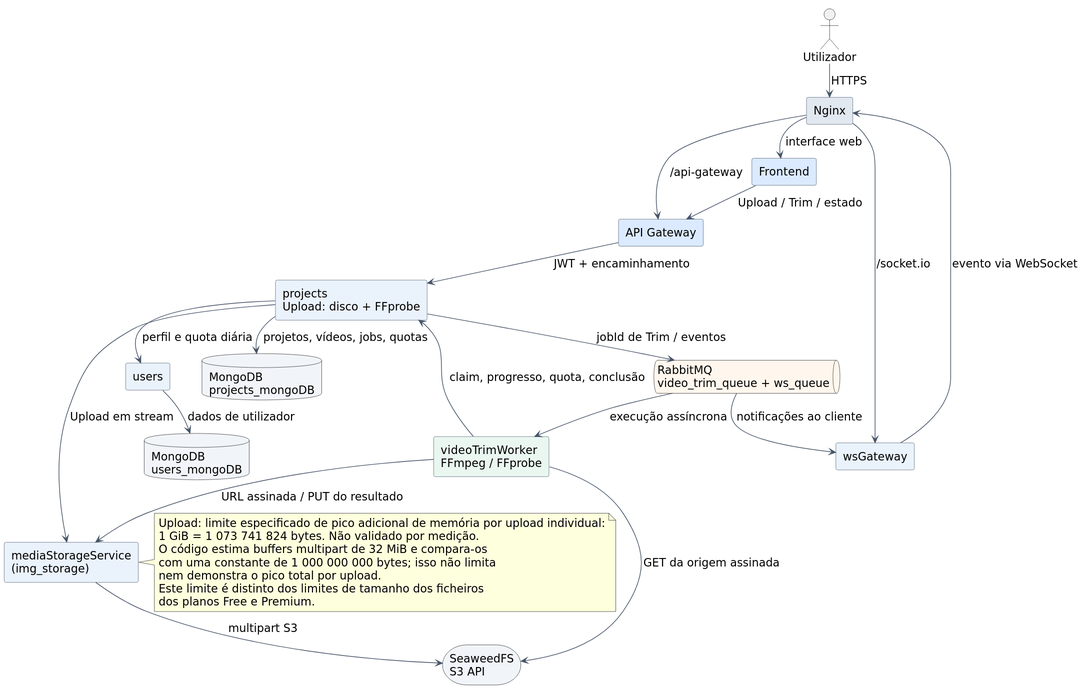
This is fase1/report/images/picturas_arquitetura_video.svg from simaoaraujo27/picturas-27, a PlantUML export, as it was before one commit. Its diagram source:
```plantuml
@startuml
!pragma layout smetana
top to bottom direction
skinparam backgroundColor #FFFFFF
skinparam shadowing false
skinparam defaultFontName DejaVu Sans
skinparam defaultFontSize 16
skinparam componentStyle rectangle
skinparam ArrowColor #475569
skinparam ComponentBorderColor #475569
skinparam nodesep 22
skinparam ranksep 26
skinparam linetype ortho

actor "Utilizador" as User

component "Nginx" as Nginx #E2E8F0
component "Frontend" as FE #DBEAFE
component "API Gateway" as GW #DBEAFE

component "projects\nUpload: disco + FFprobe" as Projects #EAF2FB
component "users" as Users #EAF2FB
component "mediaStorageService\n(img_storage)" as Media #EAF2FB
component "videoTrimWorker\nFFmpeg / FFprobe" as Worker #EAF7F1
component "wsGateway" as WS #EAF2FB

queue "RabbitMQ\nvideo_trim_queue + ws_queue" as Rabbit #FFF7ED
database "MongoDB\nprojects_mongoDB" as ProjectDB #F1F5F9
database "MongoDB\nusers_mongoDB" as UserDB #F1F5F9
storage "SeaweedFS\nS3 API" as Seaweed #F1F5F9

User --> Nginx : HTTPS
Nginx --> FE : interface web
Nginx --> GW : /api-gateway
Nginx --> WS : /socket.io
FE --> GW : Upload / Trim / estado
GW --> Projects : JWT + encaminhamento
Projects --> Users : perfil e quota diária
Users --> UserDB : dados de utilizador
Projects --> ProjectDB : projetos, vídeos, jobs, quotas
Projects --> Media : Upload em stream
Media --> Seaweed : multipart S3
Projects --> Rabbit : jobId de Trim / eventos
Rabbit --> Worker : execução assíncrona
Worker --> Projects : claim, progresso, quota, conclusão
Worker --> Media : URL assinada / PUT do resultado
Worker --> Seaweed : GET da origem assinada
Rabbit --> WS : notificações ao cliente
WS --> Nginx : evento via WebSocket

note right of Media
  Upload: limite especificado de pico adicional de memória por upload individual:
  1 GiB = 1 073 741 824 bytes. Não validado por medição.
  O código estima buffers multipart de 32 MiB e compara-os
  com uma constante de 1 000 000 000 bytes; isso não limita
  nem demonstra o pico total por upload.
  Este limite é distinto dos limites de tamanho dos ficheiros
  dos planos Free e Premium.
end note
@enduml
```
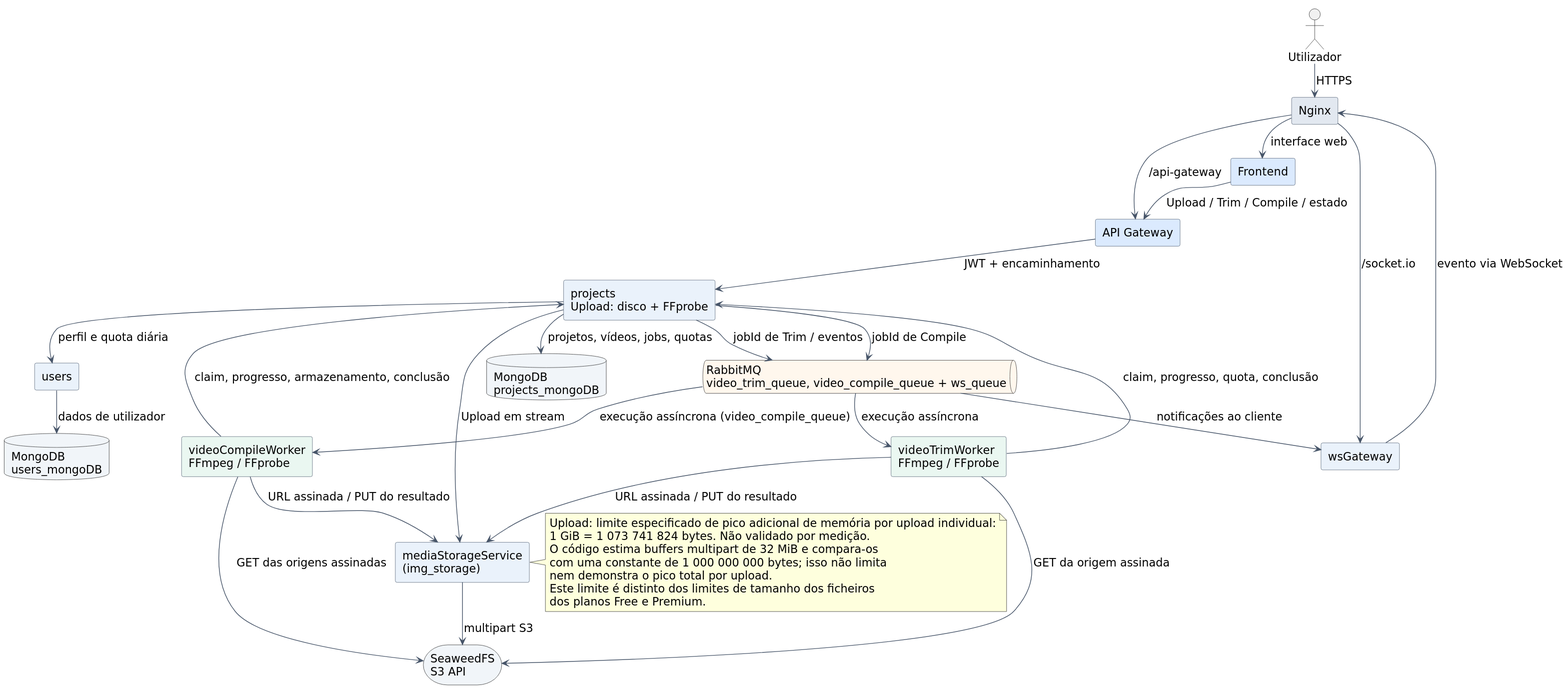
The same file after the commit.

Change to the diagram source:
```diff
@@ -22,9 +22,10 @@
 component "users" as Users #EAF2FB
 component "mediaStorageService\n(img_storage)" as Media #EAF2FB
 component "videoTrimWorker\nFFmpeg / FFprobe" as Worker #EAF7F1
+component "videoCompileWorker\nFFmpeg / FFprobe" as CompileWorker #EAF7F1
 component "wsGateway" as WS #EAF2FB
 
-queue "RabbitMQ\nvideo_trim_queue + ws_queue" as Rabbit #FFF7ED
+queue "RabbitMQ\nvideo_trim_queue, video_compile_queue + ws_queue" as Rabbit #FFF7ED
 database "MongoDB\nprojects_mongoDB" as ProjectDB #F1F5F9
 database "MongoDB\nusers_mongoDB" as UserDB #F1F5F9
 storage "SeaweedFS\nS3 API" as Seaweed #F1F5F9
@@ -33,7 +34,7 @@
 Nginx --> FE : interface web
 Nginx --> GW : /api-gateway
 Nginx --> WS : /socket.io
-FE --> GW : Upload / Trim / estado
+FE --> GW : Upload / Trim / Compile / estado
 GW --> Projects : JWT + encaminhamento
 Projects --> Users : perfil e quota diária
 Users --> UserDB : dados de utilizador
@@ -48,6 +49,12 @@
 Rabbit --> WS : notificações ao cliente
 WS --> Nginx : evento via WebSocket
 
+Projects --> Rabbit : jobId de Compile
+Rabbit --> CompileWorker : execução assíncrona (video_compile_queue)
+CompileWorker --> Projects : claim, progresso, armazenamento, conclusão
+CompileWorker --> Media : URL assinada / PUT do resultado
+CompileWorker --> Seaweed : GET das origens assinadas
+
 note right of Media
   Upload: limite especificado de pico adicional de memória por upload individual:
   1 GiB = 1 073 741 824 bytes. Não validado por medição.
```
